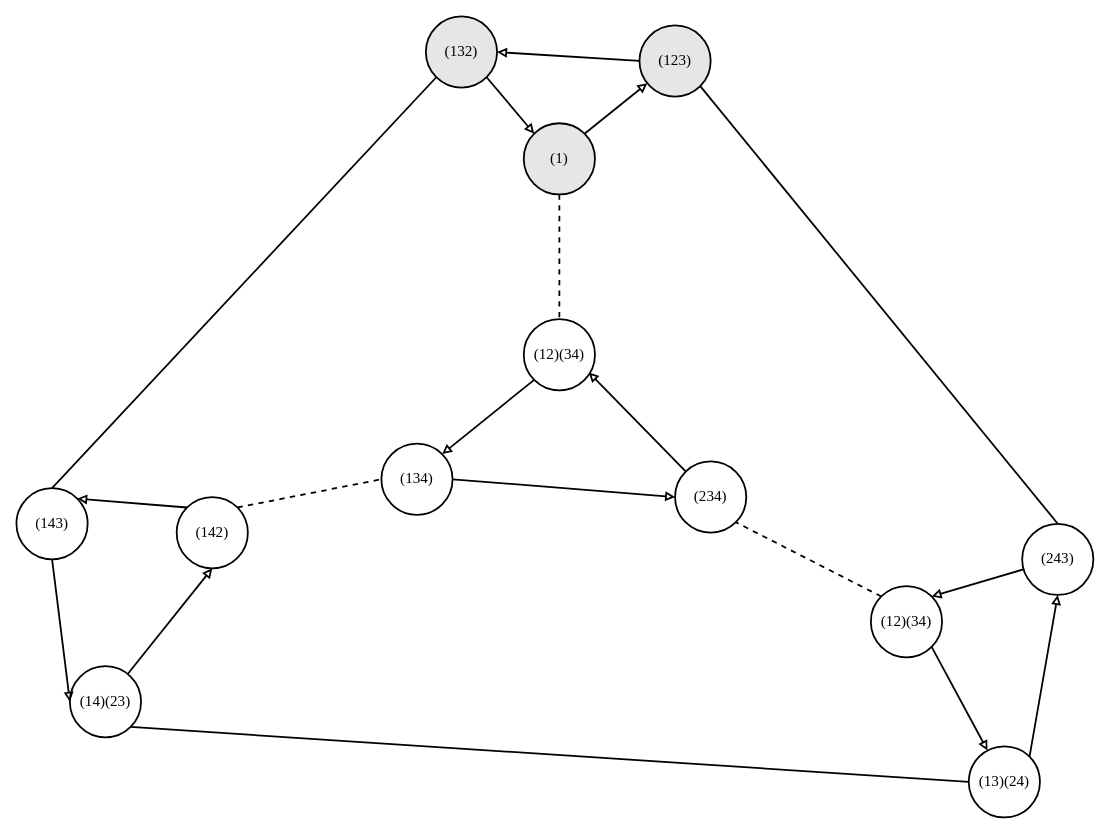
Earlier version of the draw.io diagram page "A4" (5 of 6) of algebra/img/S3-Cayley.drawio (dumpmemory/unplugged). Source tidied: cells renumbered, new cells numbered last; positions are measured from the earlier drawing's top-left corner, leaving out a move shared by most shapes. Both pictures are drawn from the tidied source at 89%, with x=0, y=0 at pixel (16, 16).
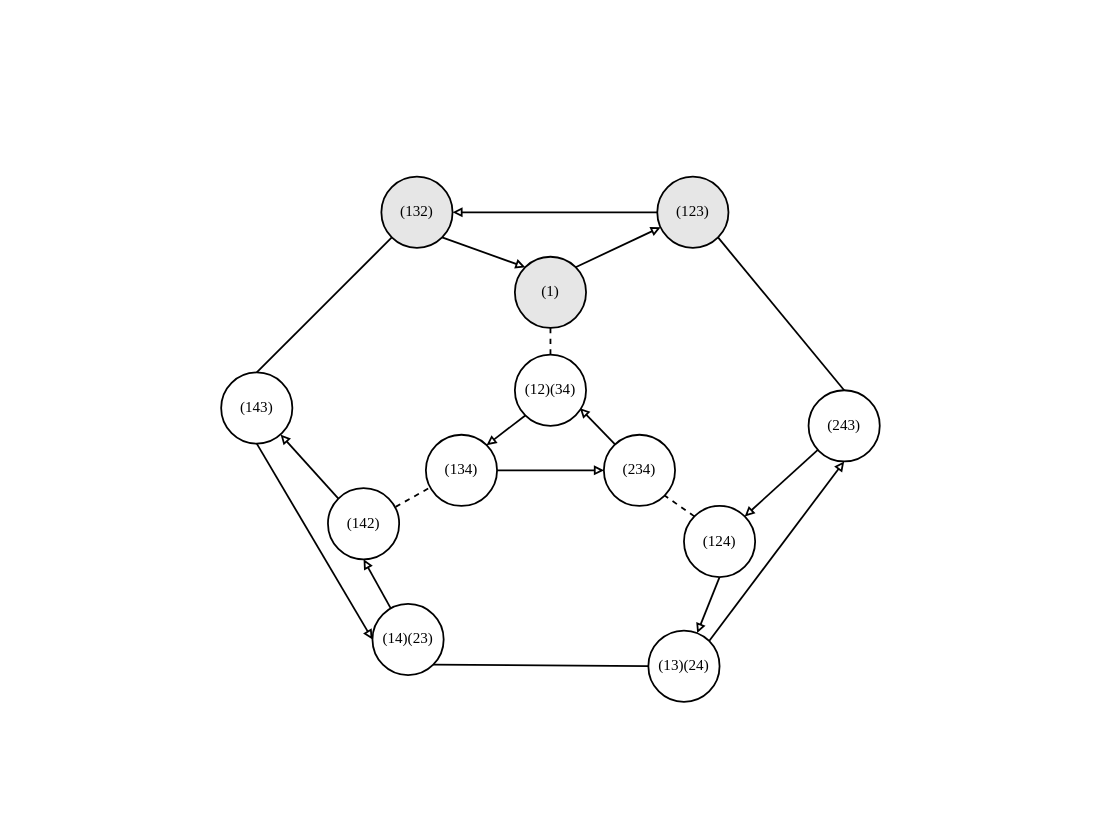
The same diagram, later.

Commit message (it also covers changes not shown here):
Corrected error in A4 Cayley graph

Diff of the diagram source:
```diff
@@
-    <mxCell id="4" value="&lt;font style=&quot;font-size: 17px;&quot;&gt;(1)&lt;/font&gt;" style="ellipse;whiteSpace=wrap;html=1;strokeWidth=2;fontFamily=Times New Roman;fontSize=17;fillColor=#E6E6E6;" parent="1" vertex="1">
-      <mxGeometry x="570" y="120" width="80" height="80" as="geometry" />
+    <mxCell id="4" value="&lt;font style=&quot;font-size: 17px&quot;&gt;(1)&lt;br&gt;&lt;/font&gt;" style="ellipse;whiteSpace=wrap;html=1;strokeWidth=2;fontFamily=Times New Roman;fontSize=17;fillColor=#E6E6E6;" parent="1" vertex="1">
+      <mxGeometry x="560" y="270" width="80" height="80" as="geometry" />
     </mxCell>
@@
-    <mxCell id="7" value="&lt;font style=&quot;font-size: 17px&quot;&gt;(132)&lt;/font&gt;" style="ellipse;whiteSpace=wrap;html=1;strokeWidth=2;fontFamily=Times New Roman;fontSize=17;fillColor=#E6E6E6;" parent="1" vertex="1">
-      <mxGeometry x="460" width="80" height="80" as="geometry" />
+    <mxCell id="7" value="&lt;font style=&quot;font-size: 17px&quot;&gt;(132)&lt;br&gt;&lt;/font&gt;" style="ellipse;whiteSpace=wrap;html=1;strokeWidth=2;fontFamily=Times New Roman;fontSize=17;fillColor=#E6E6E6;" parent="1" vertex="1">
+      <mxGeometry x="410" y="180" width="80" height="80" as="geometry" />
     </mxCell>
@@
-    <mxCell id="9" value="&lt;font style=&quot;font-size: 17px&quot;&gt;(123)&lt;/font&gt;" style="ellipse;whiteSpace=wrap;html=1;strokeWidth=2;fontFamily=Times New Roman;fontSize=17;fillColor=#E6E6E6;" parent="1" vertex="1">
-      <mxGeometry x="700" y="10" width="80" height="80" as="geometry" />
+    <mxCell id="9" value="&lt;font style=&quot;font-size: 17px&quot;&gt;(123)&lt;br&gt;&lt;/font&gt;" style="ellipse;whiteSpace=wrap;html=1;strokeWidth=2;fontFamily=Times New Roman;fontSize=17;fillColor=#E6E6E6;" parent="1" vertex="1">
+      <mxGeometry x="720" y="180" width="80" height="80" as="geometry" />
     </mxCell>
@@
-    <mxCell id="11" value="&lt;font style=&quot;font-size: 17px&quot;&gt;(234)&lt;/font&gt;" style="ellipse;whiteSpace=wrap;html=1;strokeWidth=2;fontFamily=Times New Roman;fontSize=17;" parent="1" vertex="1">
-      <mxGeometry x="740" y="500" width="80" height="80" as="geometry" />
+    <mxCell id="11" value="&lt;font style=&quot;font-size: 17px&quot;&gt;(234)&lt;br&gt;&lt;/font&gt;" style="ellipse;whiteSpace=wrap;html=1;strokeWidth=2;fontFamily=Times New Roman;fontSize=17;" parent="1" vertex="1">
+      <mxGeometry x="660" y="470" width="80" height="80" as="geometry" />
     </mxCell>
@@
-    <mxCell id="13" value="&lt;font style=&quot;font-size: 17px&quot;&gt;(134)&lt;/font&gt;" style="ellipse;whiteSpace=wrap;html=1;strokeWidth=2;fontFamily=Times New Roman;fontSize=17;" parent="1" vertex="1">
-      <mxGeometry x="410" y="480" width="80" height="80" as="geometry" />
+    <mxCell id="13" value="&lt;font style=&quot;font-size: 17px&quot;&gt;(134)&lt;br&gt;&lt;/font&gt;" style="ellipse;whiteSpace=wrap;html=1;strokeWidth=2;fontFamily=Times New Roman;fontSize=17;" parent="1" vertex="1">
+      <mxGeometry x="460" y="470" width="80" height="80" as="geometry" />
     </mxCell>
@@
-    <mxCell id="15" value="&lt;font style=&quot;font-size: 17px&quot;&gt;(12)(34)&lt;/font&gt;" style="ellipse;whiteSpace=wrap;html=1;strokeWidth=2;fontFamily=Times New Roman;fontSize=17;" parent="1" vertex="1">
-      <mxGeometry x="570" y="340" width="80" height="80" as="geometry" />
+    <mxCell id="15" value="&lt;font style=&quot;font-size: 17px&quot;&gt;(12)(34)&lt;br&gt;&lt;/font&gt;" style="ellipse;whiteSpace=wrap;html=1;strokeWidth=2;fontFamily=Times New Roman;fontSize=17;" parent="1" vertex="1">
+      <mxGeometry x="560" y="380" width="80" height="80" as="geometry" />
     </mxCell>
@@
-    <mxCell id="18" value="&lt;font style=&quot;font-size: 17px&quot;&gt;(14)(23)&lt;/font&gt;" style="ellipse;whiteSpace=wrap;html=1;strokeWidth=2;fontFamily=Times New Roman;fontSize=17;" parent="1" vertex="1">
-      <mxGeometry x="60" y="730" width="80" height="80" as="geometry" />
+    <mxCell id="18" value="&lt;font style=&quot;font-size: 17px&quot;&gt;(14)(23)&lt;br&gt;&lt;/font&gt;" style="ellipse;whiteSpace=wrap;html=1;strokeWidth=2;fontFamily=Times New Roman;fontSize=17;" parent="1" vertex="1">
+      <mxGeometry x="400" y="660" width="80" height="80" as="geometry" />
     </mxCell>
@@
-    <mxCell id="20" value="&lt;font style=&quot;font-size: 17px&quot;&gt;(143)&lt;/font&gt;" style="ellipse;whiteSpace=wrap;html=1;strokeWidth=2;fontFamily=Times New Roman;fontSize=17;" parent="1" vertex="1">
-      <mxGeometry y="530" width="80" height="80" as="geometry" />
+    <mxCell id="20" value="&lt;font style=&quot;font-size: 17px&quot;&gt;(143)&lt;br&gt;&lt;/font&gt;" style="ellipse;whiteSpace=wrap;html=1;strokeWidth=2;fontFamily=Times New Roman;fontSize=17;" parent="1" vertex="1">
+      <mxGeometry x="230" y="400" width="80" height="80" as="geometry" />
     </mxCell>
-    <mxCell id="21" style="edgeStyle=none;rounded=0;jettySize=auto;html=1;entryX=1;entryY=0;entryDx=0;entryDy=0;fontFamily=Times New Roman;fontSize=18;endArrow=block;endFill=0;strokeWidth=2;exitX=0;exitY=0;exitDx=0;exitDy=0;" parent="1" edge="1" source="23" target="20">
+    <mxCell id="21" style="edgeStyle=none;rounded=0;jettySize=auto;html=1;fontFamily=Times New Roman;fontSize=18;endArrow=block;endFill=0;strokeWidth=2;exitX=0;exitY=0;exitDx=0;exitDy=0;" parent="1" edge="1" source="23" target="20">
       <mxGeometry relative="1" as="geometry" />
     </mxCell>
-    <mxCell id="22" style="edgeStyle=none;rounded=0;jettySize=auto;html=1;exitX=1;exitY=0;exitDx=0;exitDy=0;entryX=0;entryY=0.5;entryDx=0;entryDy=0;dashed=1;fontFamily=Times New Roman;fontSize=18;endArrow=none;endFill=0;strokeWidth=2;" parent="1" edge="1" source="23" target="13">
+    <mxCell id="22" style="edgeStyle=none;rounded=0;jettySize=auto;html=1;exitX=0.95;exitY=0.263;exitDx=0;exitDy=0;entryX=0.063;entryY=0.738;entryDx=0;entryDy=0;dashed=1;fontFamily=Times New Roman;fontSize=18;endArrow=none;endFill=0;strokeWidth=2;exitPerimeter=0;entryPerimeter=0;" parent="1" edge="1" source="23" target="13">
       <mxGeometry relative="1" as="geometry" />
     </mxCell>
-    <mxCell id="23" value="&lt;font style=&quot;font-size: 17px&quot;&gt;(142)&lt;/font&gt;" style="ellipse;whiteSpace=wrap;html=1;strokeWidth=2;fontFamily=Times New Roman;fontSize=17;" parent="1" vertex="1">
-      <mxGeometry x="180" y="540" width="80" height="80" as="geometry" />
+    <mxCell id="23" value="&lt;font style=&quot;font-size: 17px&quot;&gt;(142)&lt;br&gt;&lt;/font&gt;" style="ellipse;whiteSpace=wrap;html=1;strokeWidth=2;fontFamily=Times New Roman;fontSize=17;" parent="1" vertex="1">
+      <mxGeometry x="350" y="530" width="80" height="80" as="geometry" />
     </mxCell>
@@
-    <mxCell id="26" value="&lt;font style=&quot;font-size: 17px&quot;&gt;(243)&lt;/font&gt;" style="ellipse;whiteSpace=wrap;html=1;strokeWidth=2;fontFamily=Times New Roman;fontSize=17;" parent="1" vertex="1">
-      <mxGeometry x="1130" y="570" width="80" height="80" as="geometry" />
+    <mxCell id="26" value="&lt;font style=&quot;font-size: 17px&quot;&gt;(243)&lt;br&gt;&lt;/font&gt;" style="ellipse;whiteSpace=wrap;html=1;strokeWidth=2;fontFamily=Times New Roman;fontSize=17;" parent="1" vertex="1">
+      <mxGeometry x="890" y="420" width="80" height="80" as="geometry" />
     </mxCell>
@@
-    <mxCell id="28" value="&lt;font style=&quot;font-size: 17px&quot;&gt;(13)(24)&lt;/font&gt;" style="ellipse;whiteSpace=wrap;html=1;strokeWidth=2;fontFamily=Times New Roman;fontSize=17;" parent="1" vertex="1">
-      <mxGeometry x="1070" y="820" width="80" height="80" as="geometry" />
+    <mxCell id="28" value="&lt;font style=&quot;font-size: 17px&quot;&gt;(13)(24)&lt;br&gt;&lt;/font&gt;" style="ellipse;whiteSpace=wrap;html=1;strokeWidth=2;fontFamily=Times New Roman;fontSize=17;" parent="1" vertex="1">
+      <mxGeometry x="710" y="690" width="80" height="80" as="geometry" />
     </mxCell>
-    <mxCell id="29" style="edgeStyle=none;rounded=0;jettySize=auto;html=1;fontFamily=Times New Roman;fontSize=18;endArrow=block;endFill=0;strokeWidth=2;exitX=1;exitY=1;exitDx=0;exitDy=0;" parent="1" edge="1" source="31" target="28">
+    <mxCell id="29" style="edgeStyle=none;rounded=0;jettySize=auto;html=1;fontFamily=Times New Roman;fontSize=18;endArrow=block;endFill=0;strokeWidth=2;exitX=0.5;exitY=1;exitDx=0;exitDy=0;" parent="1" edge="1" source="31" target="28">
       <mxGeometry relative="1" as="geometry" />
     </mxCell>
@@
-    <mxCell id="31" value="&lt;font style=&quot;font-size: 17px&quot;&gt;(12)(34)&lt;/font&gt;" style="ellipse;whiteSpace=wrap;html=1;strokeWidth=2;fontFamily=Times New Roman;fontSize=17;" parent="1" vertex="1">
-      <mxGeometry x="960" y="640" width="80" height="80" as="geometry" />
+    <mxCell id="31" value="&lt;font style=&quot;font-size: 17px&quot;&gt;(124)&lt;br&gt;&lt;/font&gt;" style="ellipse;whiteSpace=wrap;html=1;strokeWidth=2;fontFamily=Times New Roman;fontSize=17;" parent="1" vertex="1">
+      <mxGeometry x="750" y="550" width="80" height="80" as="geometry" />
     </mxCell>
```
